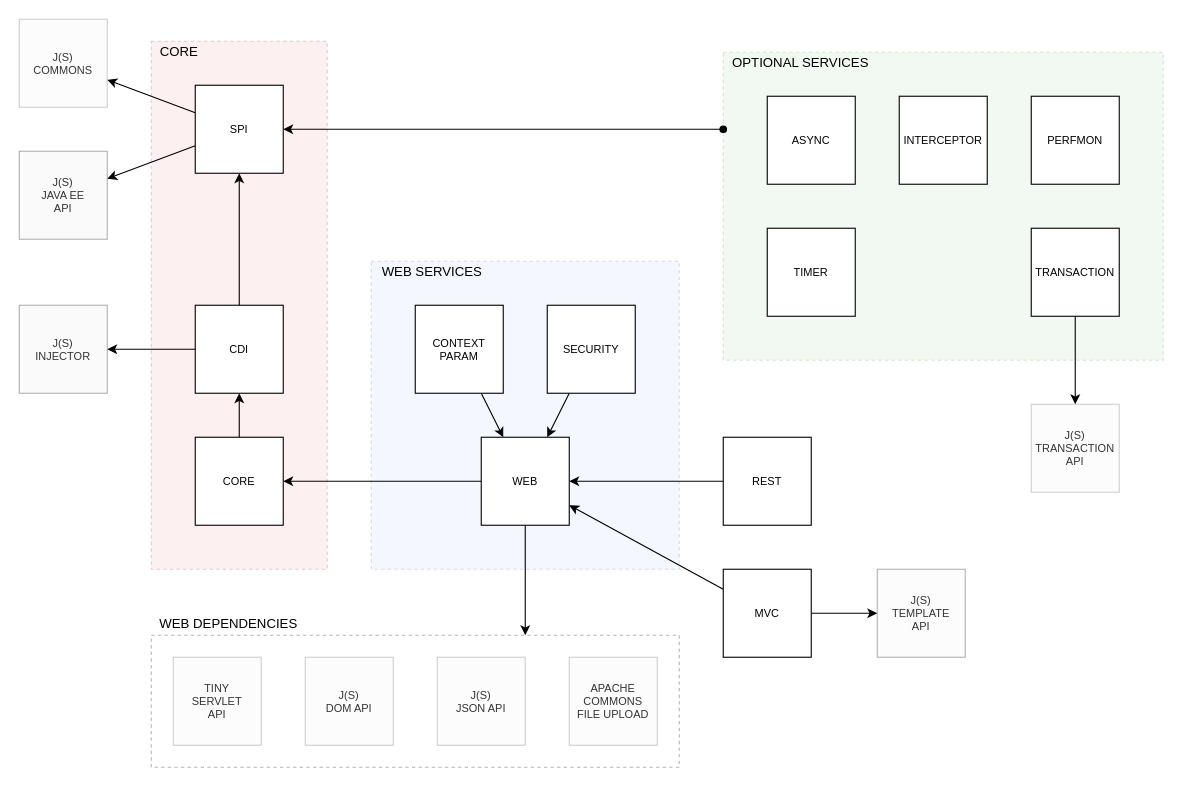
This is page "Components" (1 of 10) of docs/container.drawio from js-lib-com/tiny-container, a draw.io file, before an edit. Source tidied: cells renumbered, new cells numbered last; positions are measured from the earlier drawing's top-left corner, leaving out a move shared by most shapes. Both pictures are drawn from the tidied source at 110%, with x=0, y=0 at pixel (19, 19).
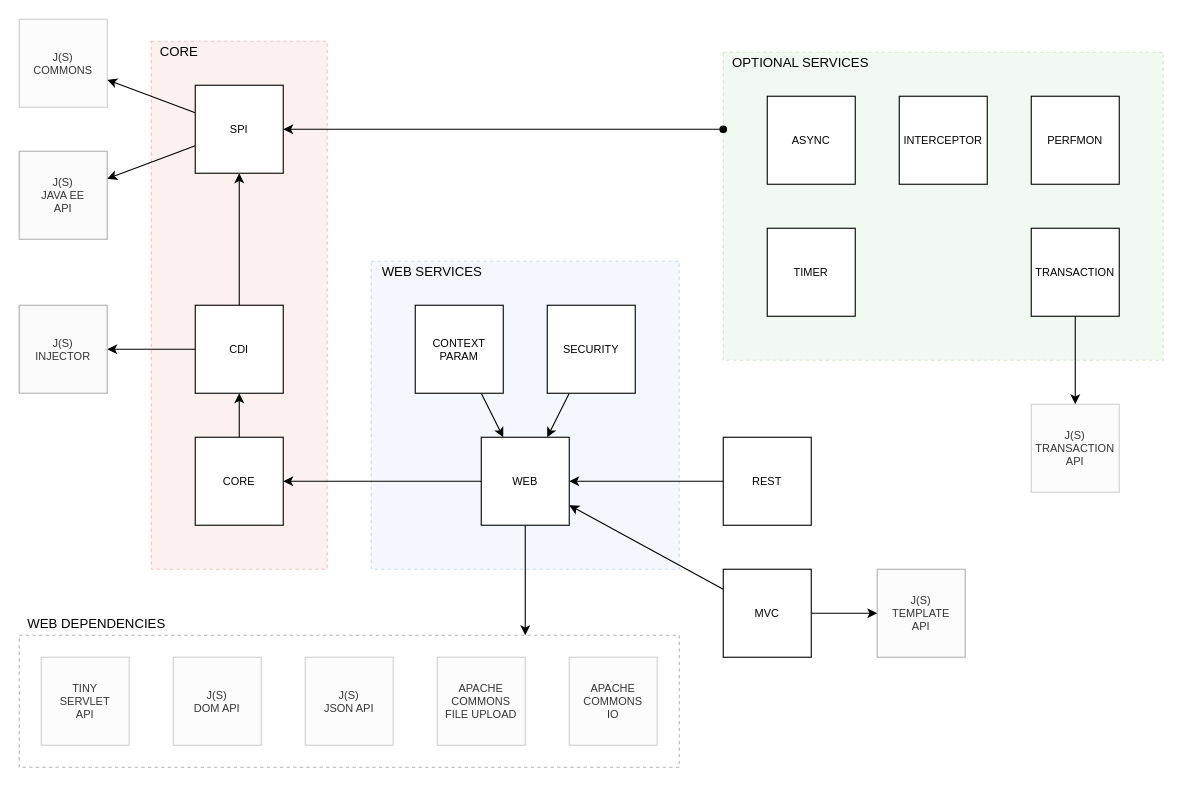
The same diagram, later.

Commit message (it also covers changes not shown here):
Fix multiple managed classes sections on container configuration.

Diff of the diagram source:
```diff
@@
     <mxCell id="2" style="rounded=0;whiteSpace=wrap;html=1;fontSize=12;opacity=30;dashed=1;" parent="1" vertex="1">
-      <mxGeometry x="120" y="560" width="480" height="120" as="geometry" />
+      <mxGeometry y="560" width="600" height="120" as="geometry" />
     </mxCell>
@@
     <mxCell id="39" value="APACHE&lt;br&gt;COMMONS&lt;br&gt;FILE UPLOAD" style="whiteSpace=wrap;html=1;fontSize=10;opacity=30;fillColor=#f5f5f5;strokeColor=#666666;fontColor=#333333;" parent="1" vertex="1">
-      <mxGeometry x="500" y="580" width="80" height="80" as="geometry" />
+      <mxGeometry x="380" y="580" width="80" height="80" as="geometry" />
     </mxCell>
@@
     <mxCell id="41" value="TINY &lt;br&gt;SERVLET&lt;br&gt;API" style="whiteSpace=wrap;html=1;fontSize=10;opacity=30;fillColor=#f5f5f5;strokeColor=#666666;fontColor=#333333;" parent="1" vertex="1">
-      <mxGeometry x="140" y="580" width="80" height="80" as="geometry" />
+      <mxGeometry x="20" y="580" width="80" height="80" as="geometry" />
     </mxCell>
     <mxCell id="42" value="J(S)&lt;br&gt;DOM API" style="whiteSpace=wrap;html=1;fontSize=10;opacity=30;fillColor=#f5f5f5;strokeColor=#666666;fontColor=#333333;" parent="1" vertex="1">
-      <mxGeometry x="260" y="580" width="80" height="80" as="geometry" />
+      <mxGeometry x="140" y="580" width="80" height="80" as="geometry" />
     </mxCell>
     <mxCell id="43" value="J(S)&lt;br&gt;JSON API" style="whiteSpace=wrap;html=1;fontSize=10;opacity=30;fillColor=#f5f5f5;strokeColor=#666666;fontColor=#333333;" parent="1" vertex="1">
-      <mxGeometry x="380" y="580" width="80" height="80" as="geometry" />
+      <mxGeometry x="260" y="580" width="80" height="80" as="geometry" />
     </mxCell>
@@
     <mxCell id="45" value="WEB DEPENDENCIES" style="text;html=1;align=center;verticalAlign=middle;strokeColor=none;fillColor=none;fontSize=12;" parent="1" vertex="1">
-      <mxGeometry x="120" y="540" width="140" height="20" as="geometry" />
+      <mxGeometry y="540" width="140" height="20" as="geometry" />
     </mxCell>
+    <mxCell id="46" value="APACHE&lt;br&gt;COMMONS&lt;br&gt;IO" style="whiteSpace=wrap;html=1;fontSize=10;fillColor=#f5f5f5;strokeColor=#666666;fontColor=#333333;opacity=30;" parent="1" vertex="1">
+      <mxGeometry x="500" y="580" width="80" height="80" as="geometry" />
+    </mxCell>
```
